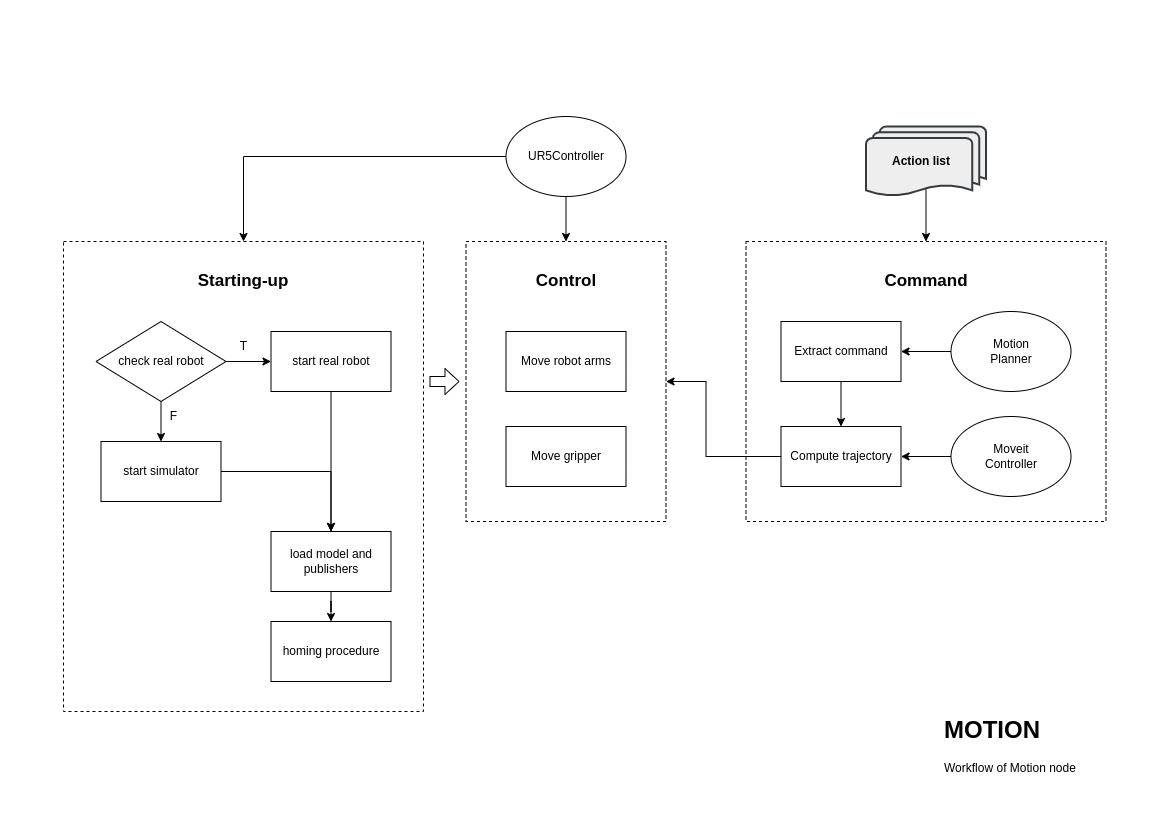
Before: docs/design-motion.png, a diagram exported from draw.io (anhtuduong/UR5LegoVision). Source tidied: cells renumbered, new cells last; positions are measured from the earlier drawing's top-left corner, leaving out a move shared by most shapes.
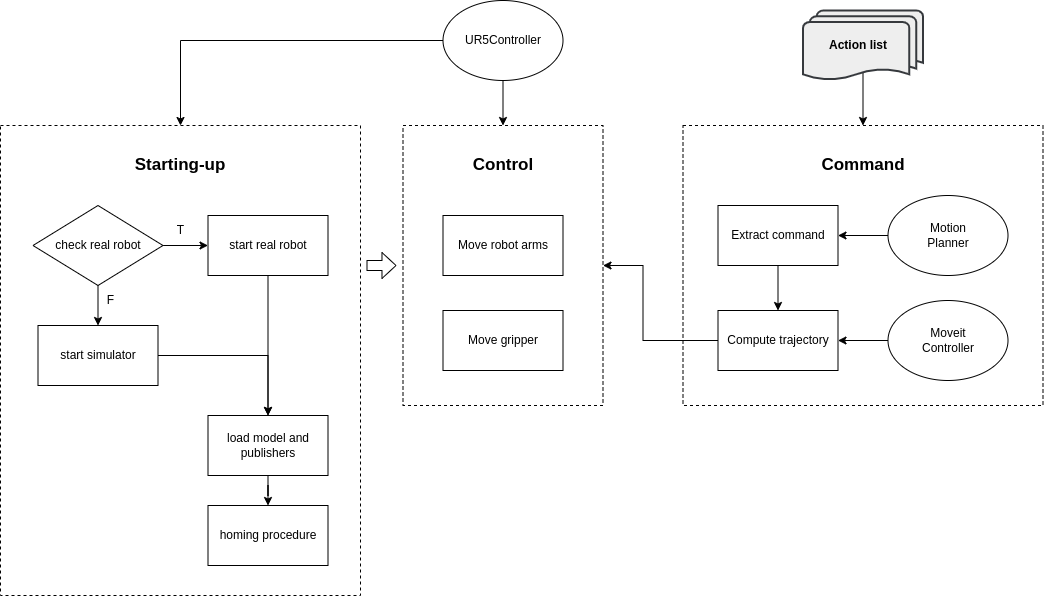
Above is the later version.

What changed in the source:
```diff
@@ -106,9 +106,6 @@
     <mxCell id="34" value="UR5Controller" style="ellipse;whiteSpace=wrap;html=1;" parent="1" vertex="1">
       <mxGeometry x="442.5" width="120" height="80" as="geometry" />
     </mxCell>
-    <mxCell id="35" value="&lt;h1&gt;MOTION&lt;/h1&gt;&lt;p&gt;Workflow of Motion node&lt;/p&gt;" style="text;html=1;strokeColor=none;fillColor=none;spacing=5;spacingTop=-20;whiteSpace=wrap;overflow=hidden;rounded=0;" parent="1" vertex="1">
-      <mxGeometry x="876" y="594" width="190" height="90" as="geometry" />
-    </mxCell>
     <mxCell id="36" style="shape=flexArrow;endArrow=classic;html=1;rounded=0;endWidth=14.942528735632186;endSize=4.340229885057472;" parent="1" edge="1">
       <mxGeometry relative="1" as="geometry">
         <mxPoint x="366" y="265" as="sourcePoint" />
```
